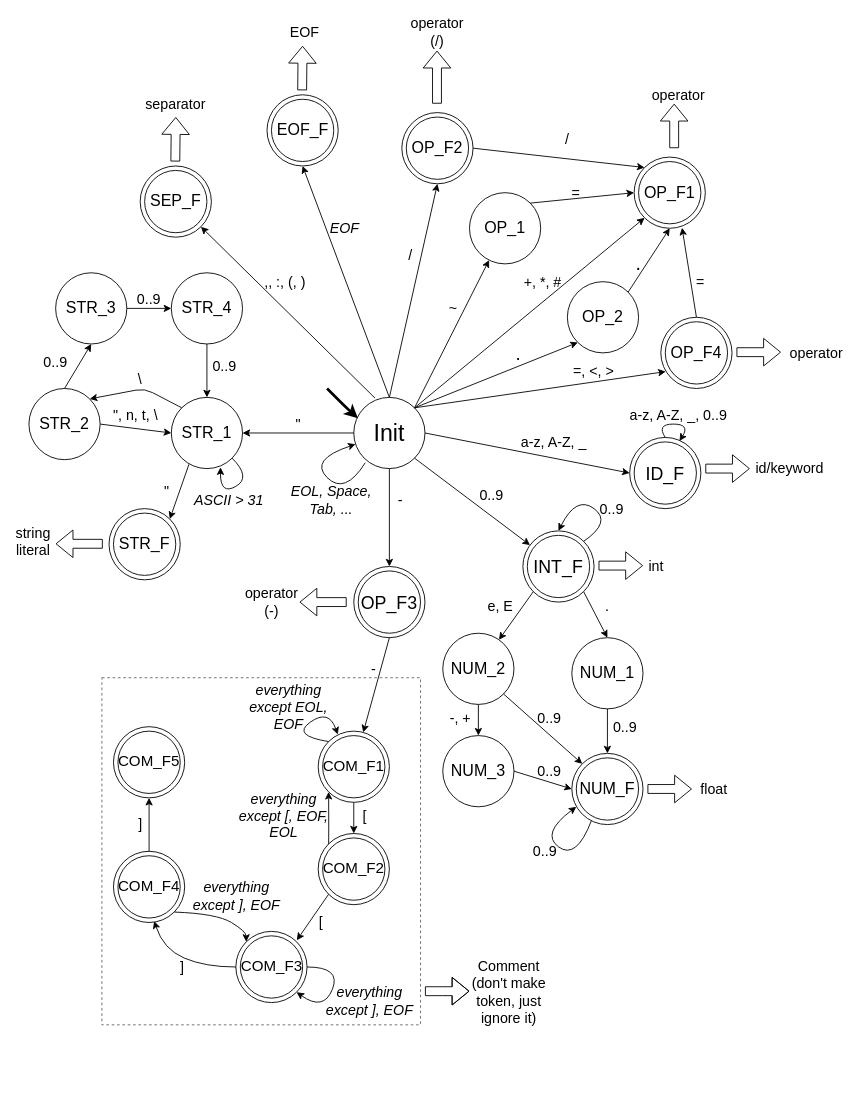
Before: fsm.drawio in vojone/IFJ21, a draw.io diagram. Source tidied: cells renumbered, new cells numbered last; positions are measured from the earlier drawing's top-left corner, leaving out a move shared by most shapes. Both pictures are drawn from the tidied source at 89%, with x=0, y=0 at pixel (15, 23).
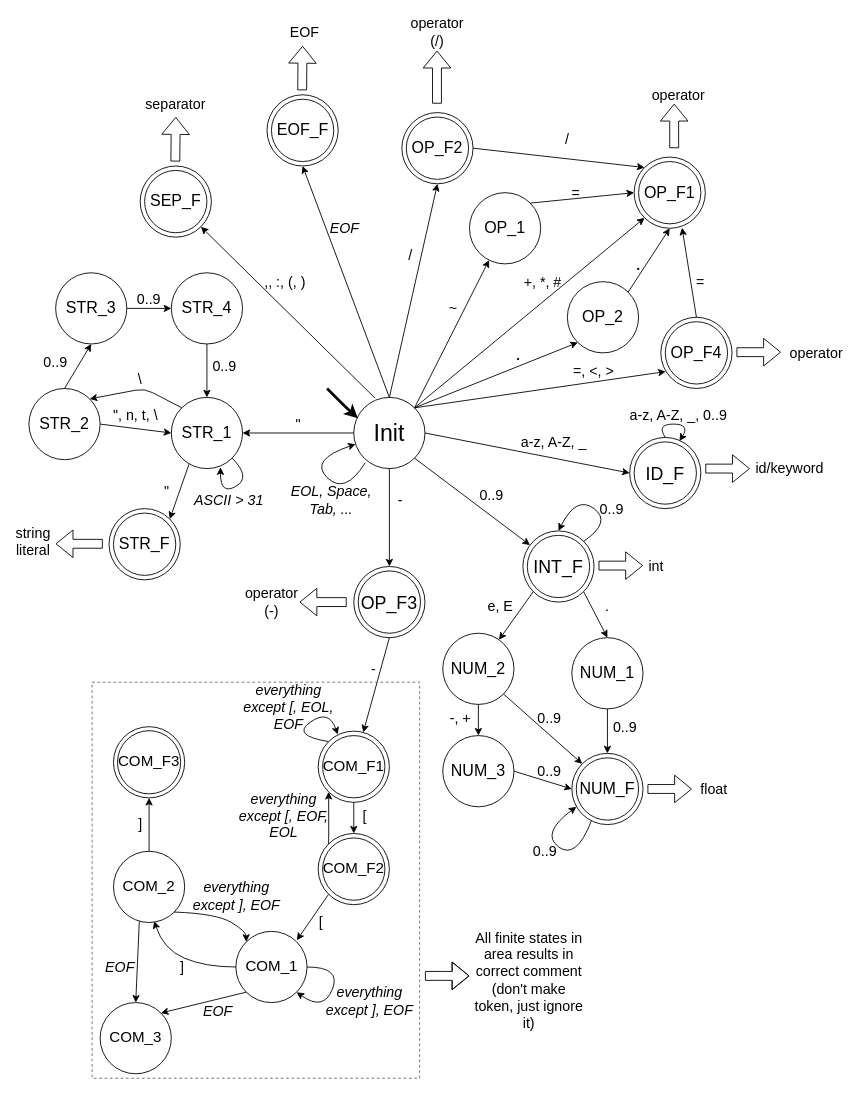
After the change.

The edit, as a diff of the source:
```diff
@@
-    <mxCell id="65" value="&lt;div&gt;&lt;i&gt;everything&lt;/i&gt;&lt;/div&gt;&lt;div&gt;&lt;i&gt;except EOL, EOF&lt;br&gt;&lt;/i&gt;&lt;/div&gt;" style="text;html=1;strokeColor=none;fillColor=none;align=center;verticalAlign=middle;whiteSpace=wrap;rounded=0;fontSize=16;" parent="1" vertex="1">
+    <mxCell id="65" value="&lt;div&gt;&lt;i&gt;everything&lt;/i&gt;&lt;/div&gt;&lt;div&gt;&lt;i&gt;except [, EOL, EOF&lt;br&gt;&lt;/i&gt;&lt;/div&gt;" style="text;html=1;strokeColor=none;fillColor=none;align=center;verticalAlign=middle;whiteSpace=wrap;rounded=0;fontSize=16;" parent="1" vertex="1">
       <mxGeometry x="255" y="740" width="104" height="55" as="geometry" />
     </mxCell>
@@
-    <mxCell id="133" value="COM_F3" style="ellipse;whiteSpace=wrap;html=1;fontSize=17;" parent="1" vertex="1">
+    <mxCell id="133" value="COM_1" style="ellipse;whiteSpace=wrap;html=1;fontSize=17;" parent="1" vertex="1">
       <mxGeometry x="247.5" y="1020" width="80" height="80" as="geometry" />
     </mxCell>
-    <mxCell id="134" value="COM_F4" style="ellipse;whiteSpace=wrap;html=1;fontSize=17;" parent="1" vertex="1">
+    <mxCell id="134" value="COM_2" style="ellipse;whiteSpace=wrap;html=1;fontSize=17;" parent="1" vertex="1">
       <mxGeometry x="110" y="930" width="80" height="80" as="geometry" />
     </mxCell>
-    <mxCell id="135" value="COM_F5" style="ellipse;whiteSpace=wrap;html=1;fontSize=17;" parent="1" vertex="1">
+    <mxCell id="135" value="COM_F3" style="ellipse;whiteSpace=wrap;html=1;fontSize=17;" parent="1" vertex="1">
       <mxGeometry x="110" y="790" width="80" height="80" as="geometry" />
     </mxCell>
@@
-    <mxCell id="137" style="ellipse;whiteSpace=wrap;html=1;fontSize=18;strokeWidth=1;fillColor=none;perimeterSpacing=0;" parent="1" vertex="1">
-      <mxGeometry x="252.5" y="1025" width="70" height="70" as="geometry" />
-    </mxCell>
@@
-    <mxCell id="144" style="ellipse;whiteSpace=wrap;html=1;fontSize=18;strokeWidth=1;fillColor=none;perimeterSpacing=0;" parent="1" vertex="1">
-      <mxGeometry x="115" y="935" width="70" height="70" as="geometry" />
-    </mxCell>
     <mxCell id="145" style="ellipse;whiteSpace=wrap;html=1;fontSize=18;strokeWidth=1;fillColor=none;perimeterSpacing=0;" parent="1" vertex="1">
-      <mxGeometry x="115" y="795" width="70" height="70" as="geometry" />
+      <mxGeometry x="114.5" y="794.5" width="71" height="71" as="geometry" />
     </mxCell>
     <mxCell id="146" style="whiteSpace=wrap;html=1;fontSize=12;fillColor=none;dashed=1;strokeColor=#666666;" parent="1" vertex="1">
-      <mxGeometry x="97" y="735" width="358" height="390" as="geometry" />
+      <mxGeometry x="86" y="740" width="368" height="445" as="geometry" />
     </mxCell>
     <mxCell id="147" style="shape=flexArrow;endArrow=classic;html=1;fontSize=16;strokeWidth=1;" parent="1" edge="1">
       <mxGeometry relative="1" as="geometry">
-        <mxPoint x="460" y="1087.2" as="sourcePoint" />
-        <mxPoint x="510" y="1087.2" as="targetPoint" />
+        <mxPoint x="460" y="1070" as="sourcePoint" />
+        <mxPoint x="510" y="1070" as="targetPoint" />
         <Array as="points">
-          <mxPoint x="480" y="1087.2" />
+          <mxPoint x="480" y="1070" />
         </Array>
       </mxGeometry>
     </mxCell>
-    <mxCell id="148" value="Comment (don't make token, just ignore it)" style="text;html=1;strokeColor=none;fillColor=none;align=center;verticalAlign=middle;whiteSpace=wrap;rounded=0;fontSize=16;" parent="1" vertex="1">
-      <mxGeometry x="510" y="1042.5" width="89" height="90" as="geometry" />
+    <mxCell id="148" value="All finite states in area results in correct comment (don't make token, just ignore it)" style="text;html=1;strokeColor=none;fillColor=none;align=center;verticalAlign=middle;whiteSpace=wrap;rounded=0;fontSize=16;" parent="1" vertex="1">
+      <mxGeometry x="514" y="1030" width="126" height="90" as="geometry" />
     </mxCell>
+    <mxCell id="149" value="COM_3" style="ellipse;whiteSpace=wrap;html=1;fontSize=17;" parent="1" vertex="1">
+      <mxGeometry x="95" y="1100" width="80" height="80" as="geometry" />
+    </mxCell>
+    <mxCell id="150" style="endArrow=classic;html=1;fontSize=16;exitX=0;exitY=1;exitDx=0;exitDy=0;entryX=1;entryY=0;entryDx=0;entryDy=0;" parent="1" edge="1" source="133" target="149">
+      <mxGeometry relative="1" as="geometry" />
+    </mxCell>
+    <mxCell id="151" style="endArrow=classic;html=1;fontSize=16;entryX=0.5;entryY=0;entryDx=0;entryDy=0;exitX=0.363;exitY=0.981;exitDx=0;exitDy=0;exitPerimeter=0;" parent="1" edge="1" source="134" target="149">
+      <mxGeometry relative="1" as="geometry" />
+    </mxCell>
+    <mxCell id="152" value="EOF" style="text;html=1;strokeColor=none;fillColor=none;align=center;verticalAlign=middle;whiteSpace=wrap;rounded=0;fontSize=16;fontStyle=2;" parent="1" vertex="1">
+      <mxGeometry x="215" y="1100" width="25" height="20" as="geometry" />
+    </mxCell>
+    <mxCell id="153" value="EOF" style="text;html=1;strokeColor=none;fillColor=none;align=center;verticalAlign=middle;whiteSpace=wrap;rounded=0;fontSize=16;fontStyle=2;" parent="1" vertex="1">
+      <mxGeometry x="105" y="1050" width="25" height="20" as="geometry" />
+    </mxCell>
```
